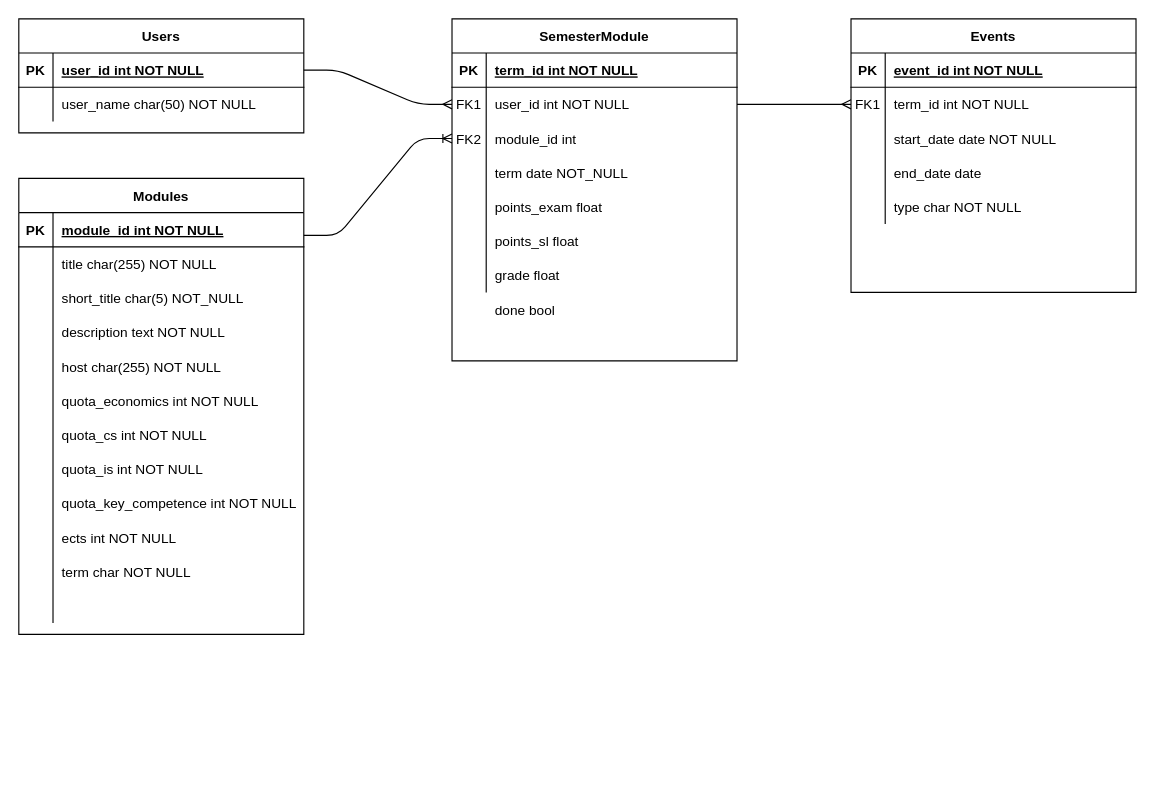
The draw.io diagram docs/erm_semesterplaner.drawio in bauersebastian/termplanner, before the edit. Source tidied: cells renumbered, new cells numbered last; positions are measured from the earlier drawing's top-left corner, leaving out a move shared by most shapes. Both pictures are drawn from the tidied source at 114%, with x=0, y=0 at pixel (18, 18).
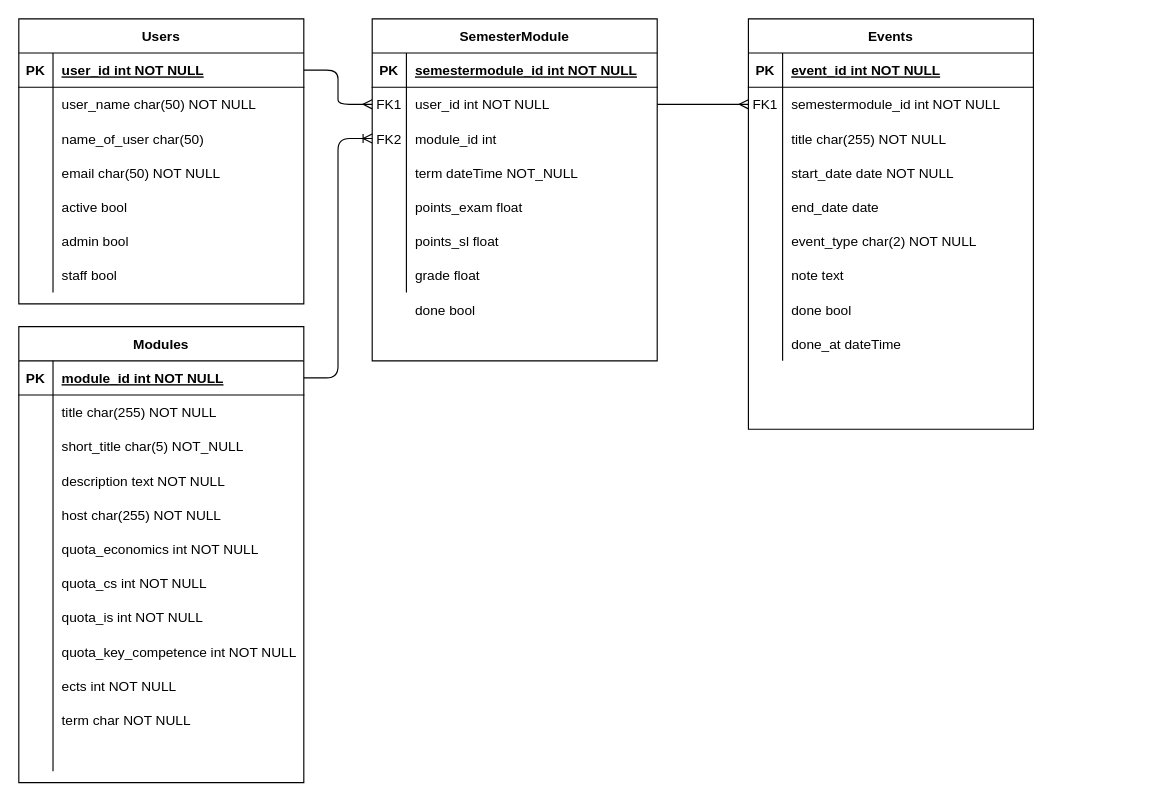
After the change.

The change refers to these unchanged cells:
```xml
<mxCell id="6" style="shape=partialRectangle;fillColor=none;points=[[0,0.5],[1,0.5]];portConstraint=eastwest;top=0;left=0;right=0;bottom=0;" parent="2" vertex="1">
  <mxGeometry y="60" width="250" height="30" as="geometry" />
</mxCell>
<mxCell id="19" style="shape=partialRectangle;fillColor=none;points=[[0,0.5],[1,0.5]];portConstraint=eastwest;top=0;left=0;right=0;bottom=1;" parent="18" vertex="1">
  <mxGeometry y="30" width="250" height="30" as="geometry" />
</mxCell>
<mxCell id="63" style="shape=partialRectangle;fillColor=none;top=0;left=0;right=0;bottom=1;" parent="62" vertex="1">
  <mxGeometry y="30" width="250" height="30" as="geometry" />
</mxCell>
<mxCell id="69" style="shape=partialRectangle;fillColor=none;points=[[0,0.5],[1,0.5]];portConstraint=eastwest;top=0;left=0;right=0;bottom=0;" parent="62" vertex="1">
  <mxGeometry y="90" width="250" height="30" as="geometry" />
</mxCell>
<mxCell id="72" style="shape=partialRectangle;fillColor=none;top=0;left=0;right=0;bottom=0;" parent="62" vertex="1">
  <mxGeometry y="120" width="250" height="30" as="geometry" />
</mxCell>
```

The edit, as a diff of the source:
```diff
@@
     <mxCell id="2" value="Events" style="shape=table;startSize=30;childLayout=tableLayout;rowLines=0;fontStyle=1;align=center;" parent="1" vertex="1">
-      <mxGeometry x="730" width="250" height="240" as="geometry" />
+      <mxGeometry x="640" width="250" height="360" as="geometry" />
     </mxCell>
@@
-    <mxCell id="8" value="term_id int NOT NULL" style="shape=partialRectangle;overflow=hidden;fillColor=none;top=0;left=0;bottom=0;right=0;align=left;spacingLeft=6;" parent="6" vertex="1">
+    <mxCell id="8" value="semestermodule_id int NOT NULL" style="shape=partialRectangle;overflow=hidden;fillColor=none;top=0;left=0;bottom=0;right=0;align=left;spacingLeft=6;" parent="6" vertex="1">
       <mxGeometry x="30" width="220" height="30" as="geometry" />
     </mxCell>
+    <mxCell id="88" style="shape=partialRectangle;fillColor=none;top=0;left=0;right=0;bottom=0;" parent="2" vertex="1">
+      <mxGeometry y="90" width="250" height="30" as="geometry" />
+    </mxCell>
+    <mxCell id="89" style="shape=partialRectangle;overflow=hidden;fillColor=none;top=0;left=0;bottom=0;right=0;" parent="88" vertex="1">
+      <mxGeometry width="30" height="30" as="geometry" />
+    </mxCell>
+    <mxCell id="90" value="title char(255) NOT NULL" style="shape=partialRectangle;overflow=hidden;fillColor=none;top=0;left=0;bottom=0;right=0;align=left;spacingLeft=6;" parent="88" vertex="1">
+      <mxGeometry x="30" width="220" height="30" as="geometry" />
+    </mxCell>
     <mxCell id="9" style="shape=partialRectangle;fillColor=none;top=0;left=0;right=0;bottom=0;" parent="2" vertex="1">
-      <mxGeometry y="90" width="250" height="30" as="geometry" />
+      <mxGeometry y="120" width="250" height="30" as="geometry" />
     </mxCell>
@@
     <mxCell id="12" style="shape=partialRectangle;fillColor=none;top=0;left=0;right=0;bottom=0;" parent="2" vertex="1">
-      <mxGeometry y="120" width="250" height="30" as="geometry" />
+      <mxGeometry y="150" width="250" height="30" as="geometry" />
     </mxCell>
@@
     <mxCell id="15" style="shape=partialRectangle;fillColor=none;top=0;left=0;right=0;bottom=0;" parent="2" vertex="1">
-      <mxGeometry y="150" width="250" height="30" as="geometry" />
+      <mxGeometry y="180" width="250" height="30" as="geometry" />
     </mxCell>
@@
-    <mxCell id="17" value="type char NOT NULL" style="shape=partialRectangle;overflow=hidden;fillColor=none;top=0;left=0;bottom=0;right=0;align=left;spacingLeft=6;" parent="15" vertex="1">
+    <mxCell id="17" value="event_type char(2) NOT NULL" style="shape=partialRectangle;overflow=hidden;fillColor=none;top=0;left=0;bottom=0;right=0;align=left;spacingLeft=6;" parent="15" vertex="1">
       <mxGeometry x="30" width="220" height="30" as="geometry" />
     </mxCell>
+    <mxCell id="91" style="shape=partialRectangle;fillColor=none;top=0;left=0;right=0;bottom=0;" parent="2" vertex="1">
+      <mxGeometry y="210" width="250" height="30" as="geometry" />
+    </mxCell>
+    <mxCell id="92" style="shape=partialRectangle;overflow=hidden;fillColor=none;top=0;left=0;bottom=0;right=0;" parent="91" vertex="1">
+      <mxGeometry width="30" height="30" as="geometry" />
+    </mxCell>
+    <mxCell id="93" value="note text" style="shape=partialRectangle;overflow=hidden;fillColor=none;top=0;left=0;bottom=0;right=0;align=left;spacingLeft=6;" parent="91" vertex="1">
+      <mxGeometry x="30" width="220" height="30" as="geometry" />
+    </mxCell>
+    <mxCell id="94" style="shape=partialRectangle;fillColor=none;top=0;left=0;right=0;bottom=0;" parent="2" vertex="1">
+      <mxGeometry y="240" width="250" height="30" as="geometry" />
+    </mxCell>
+    <mxCell id="95" style="shape=partialRectangle;overflow=hidden;fillColor=none;top=0;left=0;bottom=0;right=0;" parent="94" vertex="1">
+      <mxGeometry width="30" height="30" as="geometry" />
+    </mxCell>
+    <mxCell id="96" value="done bool" style="shape=partialRectangle;overflow=hidden;fillColor=none;top=0;left=0;bottom=0;right=0;align=left;spacingLeft=6;" parent="94" vertex="1">
+      <mxGeometry x="30" width="220" height="30" as="geometry" />
+    </mxCell>
+    <mxCell id="97" style="shape=partialRectangle;fillColor=none;top=0;left=0;right=0;bottom=0;" parent="2" vertex="1">
+      <mxGeometry y="270" width="250" height="30" as="geometry" />
+    </mxCell>
+    <mxCell id="98" style="shape=partialRectangle;overflow=hidden;fillColor=none;top=0;left=0;bottom=0;right=0;" parent="97" vertex="1">
+      <mxGeometry width="30" height="30" as="geometry" />
+    </mxCell>
+    <mxCell id="99" value="done_at dateTime" style="shape=partialRectangle;overflow=hidden;fillColor=none;top=0;left=0;bottom=0;right=0;align=left;spacingLeft=6;" parent="97" vertex="1">
+      <mxGeometry x="30" width="220" height="30" as="geometry" />
+    </mxCell>
     <mxCell id="18" value="Modules" style="shape=table;startSize=30;childLayout=tableLayout;rowLines=0;fontStyle=1;align=center;" parent="1" vertex="1">
-      <mxGeometry y="140" width="250" height="400" as="geometry" />
+      <mxGeometry y="270" width="250" height="400" as="geometry" />
     </mxCell>
@@
     <mxCell id="55" value="Users" style="shape=table;startSize=30;childLayout=tableLayout;rowLines=0;fontStyle=1;align=center;" parent="1" vertex="1">
-      <mxGeometry width="250" height="100" as="geometry" />
+      <mxGeometry width="250" height="250" as="geometry" />
     </mxCell>
@@
+    <mxCell id="100" style="shape=partialRectangle;fillColor=none;top=0;left=0;right=0;bottom=0;" parent="55" vertex="1">
+      <mxGeometry y="90" width="250" height="30" as="geometry" />
+    </mxCell>
+    <mxCell id="101" style="shape=partialRectangle;overflow=hidden;fillColor=none;top=0;left=0;bottom=0;right=0;" parent="100" vertex="1">
+      <mxGeometry width="30" height="30" as="geometry" />
+    </mxCell>
+    <mxCell id="102" value="name_of_user char(50)" style="shape=partialRectangle;overflow=hidden;fillColor=none;top=0;left=0;bottom=0;right=0;align=left;spacingLeft=6;" parent="100" vertex="1">
+      <mxGeometry x="30" width="220" height="30" as="geometry" />
+    </mxCell>
+    <mxCell id="103" style="shape=partialRectangle;fillColor=none;top=0;left=0;right=0;bottom=0;" parent="55" vertex="1">
+      <mxGeometry y="120" width="250" height="30" as="geometry" />
+    </mxCell>
+    <mxCell id="104" style="shape=partialRectangle;overflow=hidden;fillColor=none;top=0;left=0;bottom=0;right=0;" parent="103" vertex="1">
+      <mxGeometry width="30" height="30" as="geometry" />
+    </mxCell>
+    <mxCell id="105" value="email char(50) NOT NULL" style="shape=partialRectangle;overflow=hidden;fillColor=none;top=0;left=0;bottom=0;right=0;align=left;spacingLeft=6;" parent="103" vertex="1">
+      <mxGeometry x="30" width="220" height="30" as="geometry" />
+    </mxCell>
+    <mxCell id="106" style="shape=partialRectangle;fillColor=none;top=0;left=0;right=0;bottom=0;" parent="55" vertex="1">
+      <mxGeometry y="150" width="250" height="30" as="geometry" />
+    </mxCell>
+    <mxCell id="107" style="shape=partialRectangle;overflow=hidden;fillColor=none;top=0;left=0;bottom=0;right=0;" parent="106" vertex="1">
+      <mxGeometry width="30" height="30" as="geometry" />
+    </mxCell>
+    <mxCell id="108" value="active bool" style="shape=partialRectangle;overflow=hidden;fillColor=none;top=0;left=0;bottom=0;right=0;align=left;spacingLeft=6;" parent="106" vertex="1">
+      <mxGeometry x="30" width="220" height="30" as="geometry" />
+    </mxCell>
+    <mxCell id="109" style="shape=partialRectangle;fillColor=none;top=0;left=0;right=0;bottom=0;" parent="55" vertex="1">
+      <mxGeometry y="180" width="250" height="30" as="geometry" />
+    </mxCell>
+    <mxCell id="110" style="shape=partialRectangle;overflow=hidden;fillColor=none;top=0;left=0;bottom=0;right=0;" parent="109" vertex="1">
+      <mxGeometry width="30" height="30" as="geometry" />
+    </mxCell>
+    <mxCell id="111" value="admin bool" style="shape=partialRectangle;overflow=hidden;fillColor=none;top=0;left=0;bottom=0;right=0;align=left;spacingLeft=6;" parent="109" vertex="1">
+      <mxGeometry x="30" width="220" height="30" as="geometry" />
+    </mxCell>
+    <mxCell id="112" style="shape=partialRectangle;fillColor=none;top=0;left=0;right=0;bottom=0;" parent="55" vertex="1">
+      <mxGeometry y="210" width="250" height="30" as="geometry" />
+    </mxCell>
+    <mxCell id="113" style="shape=partialRectangle;overflow=hidden;fillColor=none;top=0;left=0;bottom=0;right=0;" parent="112" vertex="1">
+      <mxGeometry width="30" height="30" as="geometry" />
+    </mxCell>
+    <mxCell id="114" value="staff bool" style="shape=partialRectangle;overflow=hidden;fillColor=none;top=0;left=0;bottom=0;right=0;align=left;spacingLeft=6;" parent="112" vertex="1">
+      <mxGeometry x="30" width="220" height="30" as="geometry" />
+    </mxCell>
     <mxCell id="62" value="SemesterModule" style="shape=table;startSize=30;childLayout=tableLayout;rowLines=0;fontStyle=1;align=center;" parent="1" vertex="1">
-      <mxGeometry x="380" width="250" height="300" as="geometry" />
+      <mxGeometry x="310" width="250" height="300" as="geometry" />
     </mxCell>
@@
-    <mxCell id="65" value="term_id int NOT NULL " style="shape=partialRectangle;overflow=hidden;fillColor=none;top=0;left=0;bottom=0;right=0;align=left;spacingLeft=6;fontStyle=5;" parent="63" vertex="1">
+    <mxCell id="65" value="semestermodule_id int NOT NULL " style="shape=partialRectangle;overflow=hidden;fillColor=none;top=0;left=0;bottom=0;right=0;align=left;spacingLeft=6;fontStyle=5;" parent="63" vertex="1">
       <mxGeometry x="30" width="220" height="30" as="geometry" />
     </mxCell>
@@
-    <mxCell id="74" value="term date NOT_NULL" style="shape=partialRectangle;overflow=hidden;fillColor=none;top=0;left=0;bottom=0;right=0;align=left;spacingLeft=6;" parent="72" vertex="1">
+    <mxCell id="74" value="term dateTime NOT_NULL" style="shape=partialRectangle;overflow=hidden;fillColor=none;top=0;left=0;bottom=0;right=0;align=left;spacingLeft=6;" parent="72" vertex="1">
       <mxGeometry x="30" width="220" height="30" as="geometry" />
     </mxCell>
@@
-    <mxCell id="86" style="edgeStyle=entityRelationEdgeStyle;fontSize=12;html=1;endArrow=ERoneToMany;entryX=0;entryY=0.5;entryDx=0;entryDy=0;" parent="1" edge="1" target="69">
-      <mxGeometry relative="1" as="geometry">
-        <mxPoint x="250" y="190" as="sourcePoint" />
-      </mxGeometry>
+    <mxCell id="86" style="edgeStyle=entityRelationEdgeStyle;fontSize=12;html=1;endArrow=ERoneToMany;entryX=0;entryY=0.5;entryDx=0;entryDy=0;exitX=1;exitY=0.5;exitDx=0;exitDy=0;" parent="1" edge="1" source="19" target="69">
+      <mxGeometry relative="1" as="geometry" />
     </mxCell>
     <mxCell id="87" value="done bool" style="shape=partialRectangle;overflow=hidden;fillColor=none;top=0;left=0;bottom=0;right=0;align=left;spacingLeft=6;" parent="1" vertex="1">
-      <mxGeometry x="410" y="240" width="220" height="30" as="geometry" />
+      <mxGeometry x="340" y="240" width="220" height="30" as="geometry" />
     </mxCell>
```
